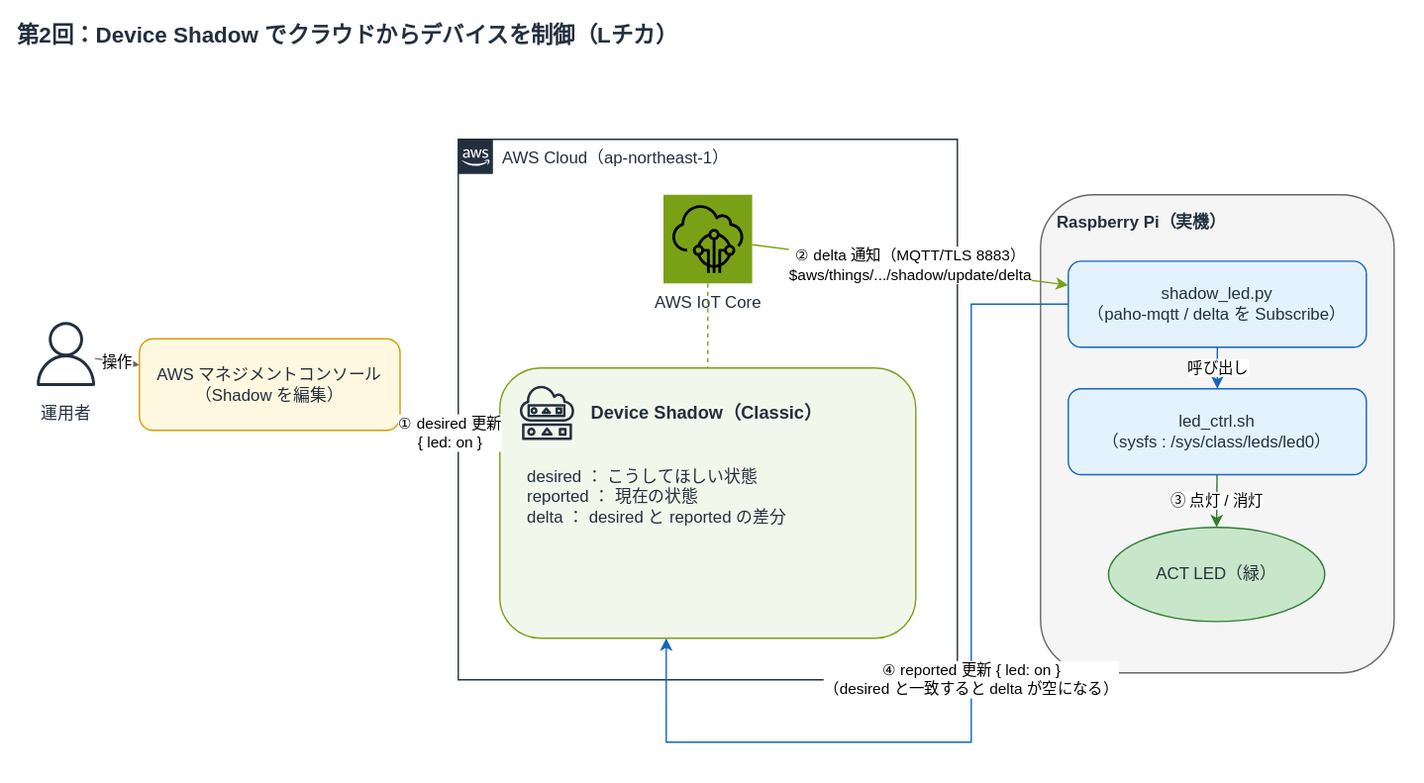
cm-rwakatsuki/jaws-ug-iot-handson-2026 keeps this draw.io diagram as docs/session-02/architecture.drawio.svg. Above is the earlier version. Source tidied: cells renumbered, new cells last; positions are measured from the earlier drawing's top-left corner, leaving out a move shared by most shapes.
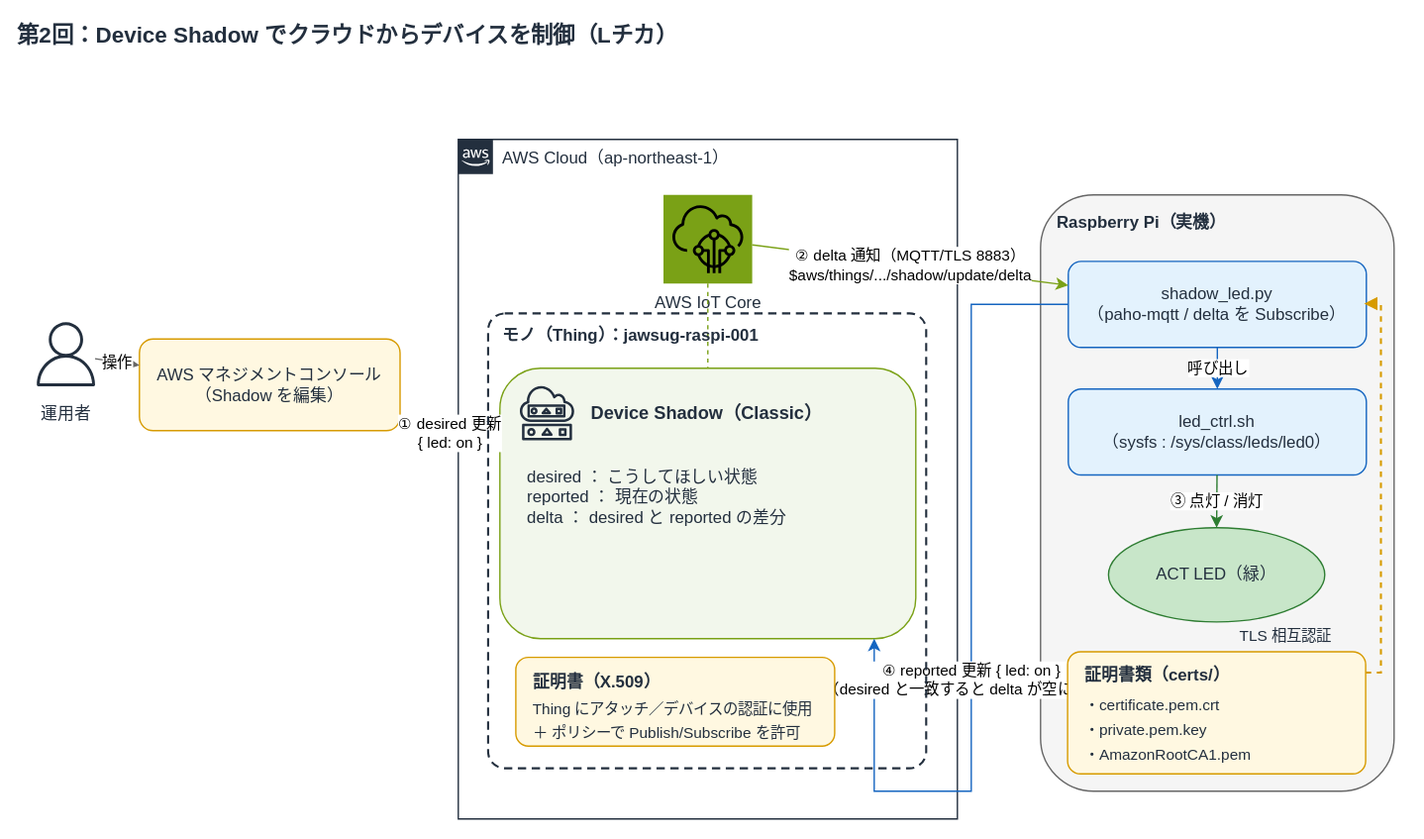
Above is the later version.

Commit message:
docs: 構成図にモノ・証明書を追加し、手順との対応を明記

- 構成図の AWS Cloud 内に「モノ（Thing）」枠を追加し、Device Shadow と証明書（X.509）を内包
- Raspberry Pi 側に証明書類（certs/）と TLS 相互認証を追加
- 干渉する reported 矢印を再ルート、キャンバス／ボックスを拡張
- 「今回やること・作るもの」の図の後に、図中記述と紐づく手順の箇条書きを追加

Diff of the diagram source:
```diff
@@ -6,7 +6,7 @@
       <mxGeometry width="760" height="30" as="geometry" />
     </mxCell>
     <mxCell id="3" value="AWS Cloud（ap-northeast-1）" style="sketch=0;gradientColor=none;html=1;whiteSpace=wrap;fontSize=12;fontStyle=0;shape=mxgraph.aws4.group;grIcon=mxgraph.aws4.group_aws_cloud_alt;strokeColor=#232F3E;fillColor=none;verticalAlign=top;align=left;spacingLeft=30;fontColor=#232F3E;dashed=0;" parent="1" vertex="1">
-      <mxGeometry x="320" y="90" width="360" height="390" as="geometry" />
+      <mxGeometry x="320" y="90" width="360" height="490" as="geometry" />
     </mxCell>
     <mxCell id="4" value="AWS IoT Core" style="sketch=0;outlineConnect=0;fontColor=#232F3E;gradientColor=none;fillColor=#7AA116;strokeColor=none;dashed=0;verticalLabelPosition=bottom;verticalAlign=top;align=center;html=1;fontSize=12;shape=mxgraph.aws4.resourceIcon;resIcon=mxgraph.aws4.iot_core;" parent="3" vertex="1">
       <mxGeometry x="148" y="40" width="64" height="64" as="geometry" />
@@ -33,7 +33,7 @@
       <mxGeometry x="90" y="234" width="188" height="66" as="geometry" />
     </mxCell>
     <mxCell id="12" value="Raspberry Pi（実機）" style="rounded=1;whiteSpace=wrap;html=1;fillColor=#F5F5F5;strokeColor=#666666;align=left;verticalAlign=top;spacingLeft=10;spacingTop=6;fontStyle=1;fontColor=#232F3E;" parent="1" vertex="1">
-      <mxGeometry x="740" y="130" width="255" height="345" as="geometry" />
+      <mxGeometry x="740" y="130" width="255" height="430" as="geometry" />
     </mxCell>
     <mxCell id="13" value="shadow_led.py&#10;（paho-mqtt / delta を Subscribe）" style="rounded=1;whiteSpace=wrap;html=1;fillColor=#E3F2FD;strokeColor=#1565C0;fontColor=#232F3E;" parent="12" vertex="1">
       <mxGeometry x="20" y="48" width="215" height="62" as="geometry" />
@@ -59,13 +59,25 @@
     <mxCell id="20" value="② delta 通知（MQTT/TLS 8883）&#10;$aws/things/.../shadow/update/delta" style="endArrow=classic;html=1;rounded=1;fontSize=11;strokeColor=#7AA116;" parent="1" edge="1" source="4" target="13">
       <mxGeometry relative="1" as="geometry" />
     </mxCell>
-    <mxCell id="21" value="④ reported 更新 { led: on }&#10;（desired と一致すると delta が空になる）" style="endArrow=classic;html=1;rounded=0;fontSize=11;strokeColor=#1565C0;edgeStyle=orthogonalEdgeStyle;exitX=0;exitY=0.5;exitDx=0;exitDy=0;entryX=0.4;entryY=1;entryDx=0;entryDy=0;" parent="1" edge="1" source="13" target="5">
+    <mxCell id="21" value="④ reported 更新 { led: on }&#10;（desired と一致すると delta が空になる）" style="endArrow=classic;html=1;rounded=0;fontSize=11;strokeColor=#1565C0;edgeStyle=orthogonalEdgeStyle;exitX=0;exitY=0.5;exitDx=0;exitDy=0;entryX=0.9;entryY=1;entryDx=0;entryDy=0;" parent="1" edge="1" source="13" target="5">
       <mxGeometry relative="1" as="geometry">
         <Array as="points">
-          <mxPoint x="690" y="525" />
-          <mxPoint x="470" y="525" />
+          <mxPoint x="690" y="560" />
+          <mxPoint x="620" y="560" />
         </Array>
       </mxGeometry>
     </mxCell>
+    <mxCell id="22" value="モノ（Thing）：jawsug-raspi-001" style="rounded=1;whiteSpace=wrap;html=1;fillColor=none;strokeColor=#232F3E;dashed=1;dashPattern=6 4;verticalAlign=top;align=left;spacingLeft=10;spacingTop=6;fontStyle=1;fontSize=12;fontColor=#232F3E;" parent="3" vertex="1">
+      <mxGeometry x="22" y="126" width="316" height="328" as="geometry" />
+    </mxCell>
+    <mxCell id="23" value="証明書（X.509）&#10;Thing にアタッチ／デバイスの認証に使用&#10;＋ ポリシーで Publish/Subscribe を許可" style="rounded=1;whiteSpace=wrap;html=1;fillColor=#FFF8E1;strokeColor=#D79B00;align=left;verticalAlign=top;spacingLeft=10;spacingTop=6;fontSize=11;fontColor=#232F3E;" parent="3" vertex="1">
+      <mxGeometry x="42" y="374" width="230" height="64" as="geometry" />
+    </mxCell>
+    <mxCell id="24" value="証明書類（certs/）&#10;・certificate.pem.crt&#10;・private.pem.key&#10;・AmazonRootCA1.pem" style="rounded=1;whiteSpace=wrap;html=1;fillColor=#FFF8E1;strokeColor=#D79B00;align=left;verticalAlign=top;spacingLeft=10;spacingTop=6;fontSize=11;fontColor=#232F3E;" parent="12" vertex="1">
+      <mxGeometry x="20" y="330" width="215" height="88" as="geometry" />
+    </mxCell>
+    <mxCell id="25" value="TLS 相互認証" style="endArrow=classic;dashed=1;html=1;rounded=1;fontSize=11;strokeColor=#D79B00;exitX=1;exitY=0;exitDx=0;exitDy=0;entryX=1;entryY=0.5;entryDx=0;entryDy=0;" parent="12" edge="1" source="24" target="13">
+      <mxGeometry relative="1" as="geometry" />
+    </mxCell>
   </root>
 </mxGraphModel>
```
